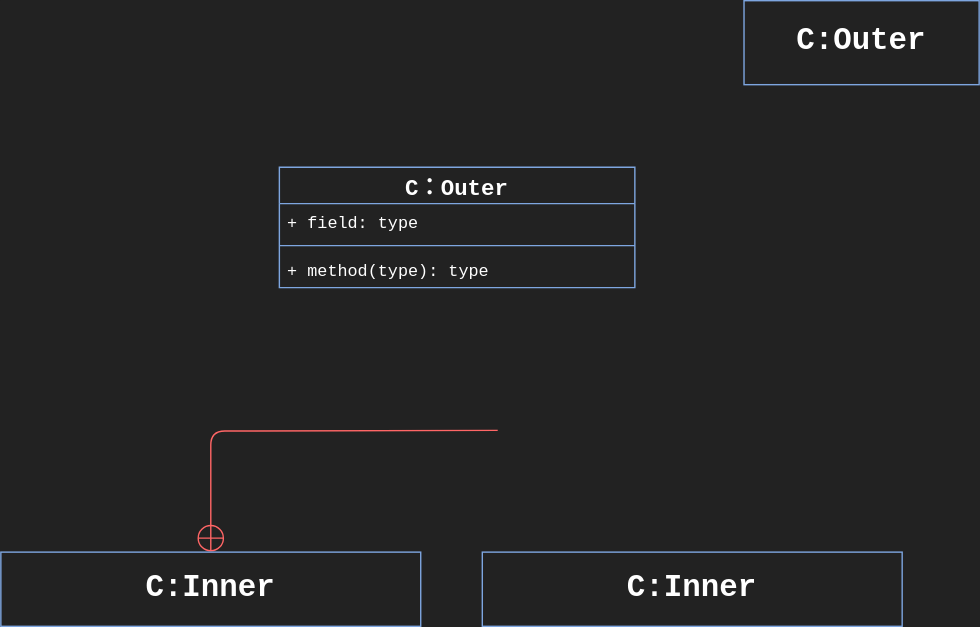
Above: drawio/InnerClassMind.svg in Stolorzs/Picgo (draw.io), before the change. Source tidied: cells renumbered, new cells last; positions are measured from the earlier drawing's top-left corner, leaving out a move shared by most shapes.
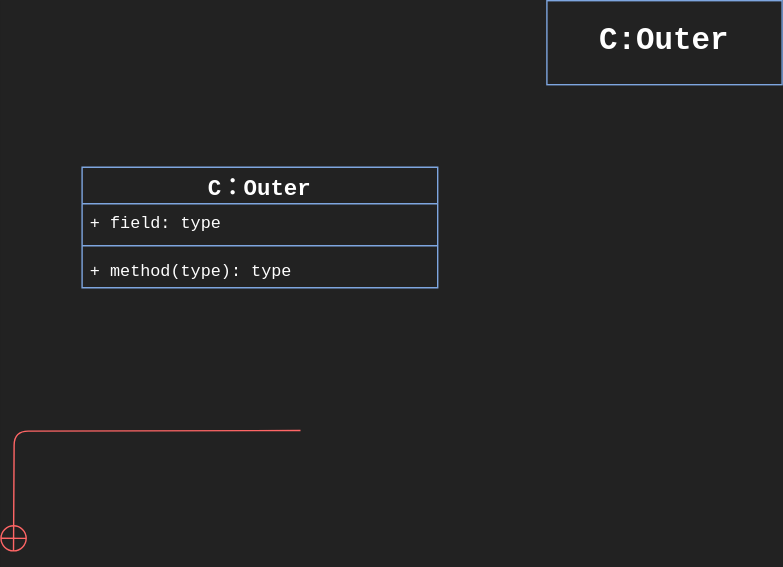
The same diagram one commit later.

Change to the diagram source:
```diff
@@ -2,20 +2,15 @@
   <root>
     <mxCell id="0" />
     <mxCell id="1" parent="0" />
-    <mxCell id="2" style="edgeStyle=orthogonalEdgeStyle;rounded=1;jettySize=auto;html=1;strokeColor=#FF6666;align=center;verticalAlign=middle;fontFamily=Helvetica;fontSize=12;fontColor=default;labelBackgroundColor=default;startSize=8;endArrow=circlePlus;endFill=0;endSize=8;" parent="1" edge="1" target="5">
+    <mxCell id="2" style="edgeStyle=orthogonalEdgeStyle;rounded=1;orthogonalLoop=1;jettySize=auto;html=1;strokeColor=#FF6666;align=center;verticalAlign=middle;fontFamily=Helvetica;fontSize=12;fontColor=default;labelBackgroundColor=default;startSize=8;endArrow=circlePlus;endFill=0;endSize=8;" parent="1" edge="1">
       <mxGeometry relative="1" as="geometry">
         <mxPoint x="355" y="307" as="sourcePoint" />
+        <mxPoint x="150" y="394" as="targetPoint" />
       </mxGeometry>
     </mxCell>
     <mxCell id="3" value="&lt;font color=&quot;#ffffff&quot; style=&quot;font-size: 22px;&quot; face=&quot;Courier New&quot;&gt;&lt;b&gt;C:Outer&lt;/b&gt;&lt;/font&gt;" style="whiteSpace=wrap;html=1;fillColor=none;strokeColor=#7EA6E0;" parent="1" vertex="1">
       <mxGeometry x="531" width="168" height="60" as="geometry" />
     </mxCell>
-    <mxCell id="4" value="&lt;font face=&quot;Courier New&quot; color=&quot;#ffffff&quot;&gt;&lt;span style=&quot;caret-color: rgb(255, 255, 255); font-size: 22px;&quot;&gt;&lt;b&gt;C:Inner&lt;/b&gt;&lt;/span&gt;&lt;/font&gt;" style="whiteSpace=wrap;html=1;fillColor=none;strokeColor=#7EA6E0;" parent="1" vertex="1">
-      <mxGeometry x="344" y="394" width="300" height="53" as="geometry" />
-    </mxCell>
-    <mxCell id="5" value="&lt;font face=&quot;Courier New&quot; color=&quot;#ffffff&quot;&gt;&lt;span style=&quot;caret-color: rgb(255, 255, 255); font-size: 22px;&quot;&gt;&lt;b&gt;C:Inner&lt;/b&gt;&lt;/span&gt;&lt;/font&gt;" style="whiteSpace=wrap;html=1;fillColor=none;strokeColor=#7EA6E0;" parent="1" vertex="1">
-      <mxGeometry y="394" width="300" height="53" as="geometry" />
-    </mxCell>
     <mxCell id="6" value="&lt;font style=&quot;font-size: 16px;&quot; color=&quot;#ffffff&quot;&gt;C：Outer&lt;/font&gt;" style="swimlane;fontStyle=1;align=center;verticalAlign=top;horizontal=1;startSize=26;whiteSpace=wrap;html=1;fontFamily=Courier New;fontSize=12;fontColor=default;labelBackgroundColor=none;strokeColor=#7EA6E0;fillColor=none;" parent="1" vertex="1">
       <mxGeometry x="199" y="119" width="254" height="86" as="geometry" />
     </mxCell>
```
